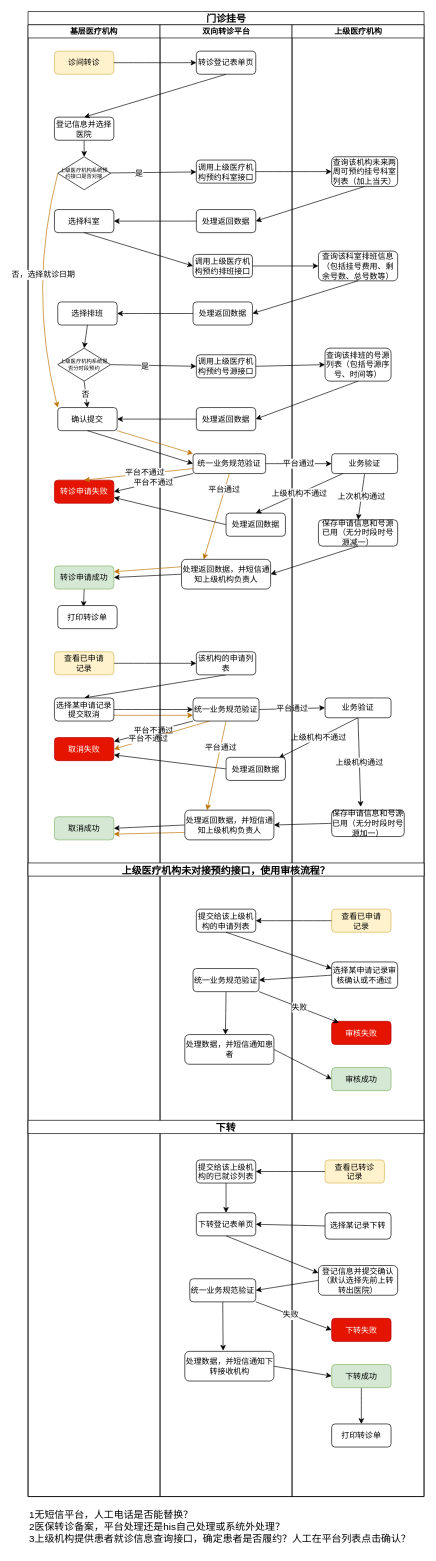
The draw.io diagram 未命名绘图.drawio in bsklqgy/zero, before the edit. Source tidied: cells renumbered, new cells numbered last; positions are measured from the earlier drawing's top-left corner, leaving out a move shared by most shapes. Both pictures are drawn from the tidied source at 66%, with x=0, y=0 at pixel (28, 11).
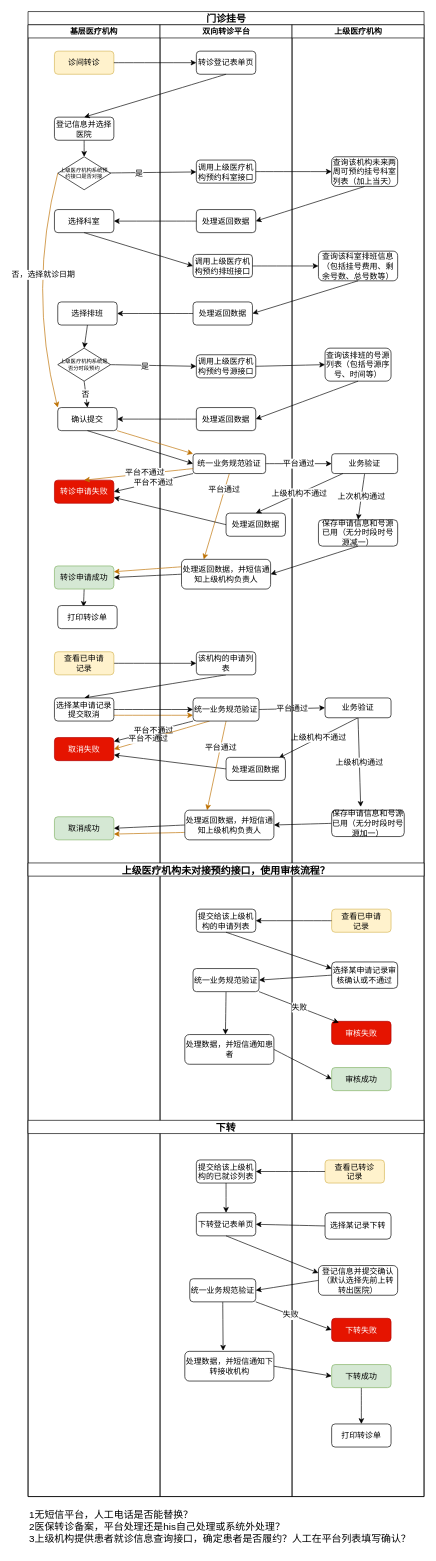
The same diagram, later.

Commit message:
更新未命名绘图.drawio

What changed in the source:
```diff
@@
-    <mxCell id="128" value="1无短信平台，人工电话是否能替换？&lt;br&gt;&lt;div style=&quot;&quot;&gt;2医保转诊备案，平台处理还是his自己处理或系统外处理？&lt;/div&gt;&lt;div style=&quot;&quot;&gt;3上级机构提供患者就诊信息查询接口，确定患者是否履约？人工在平台列表点击确认？&lt;/div&gt;" style="text;html=1;align=left;verticalAlign=middle;strokeColor=none;fillColor=none;fontSize=15;fontFamily=Helvetica;fontColor=default;" parent="1" vertex="1">
+    <mxCell id="128" value="1无短信平台，人工电话是否能替换？&lt;br&gt;&lt;div style=&quot;&quot;&gt;2医保转诊备案，平台处理还是his自己处理或系统外处理？&lt;/div&gt;&lt;div style=&quot;&quot;&gt;3上级机构提供患者就诊信息查询接口，确定患者是否履约？人工在平台列表填写确认？&lt;/div&gt;" style="text;html=1;align=left;verticalAlign=middle;strokeColor=none;fillColor=none;fontSize=15;fontFamily=Helvetica;fontColor=default;" parent="1" vertex="1">
       <mxGeometry y="2260" width="600" height="70" as="geometry" />
     </mxCell>
```
